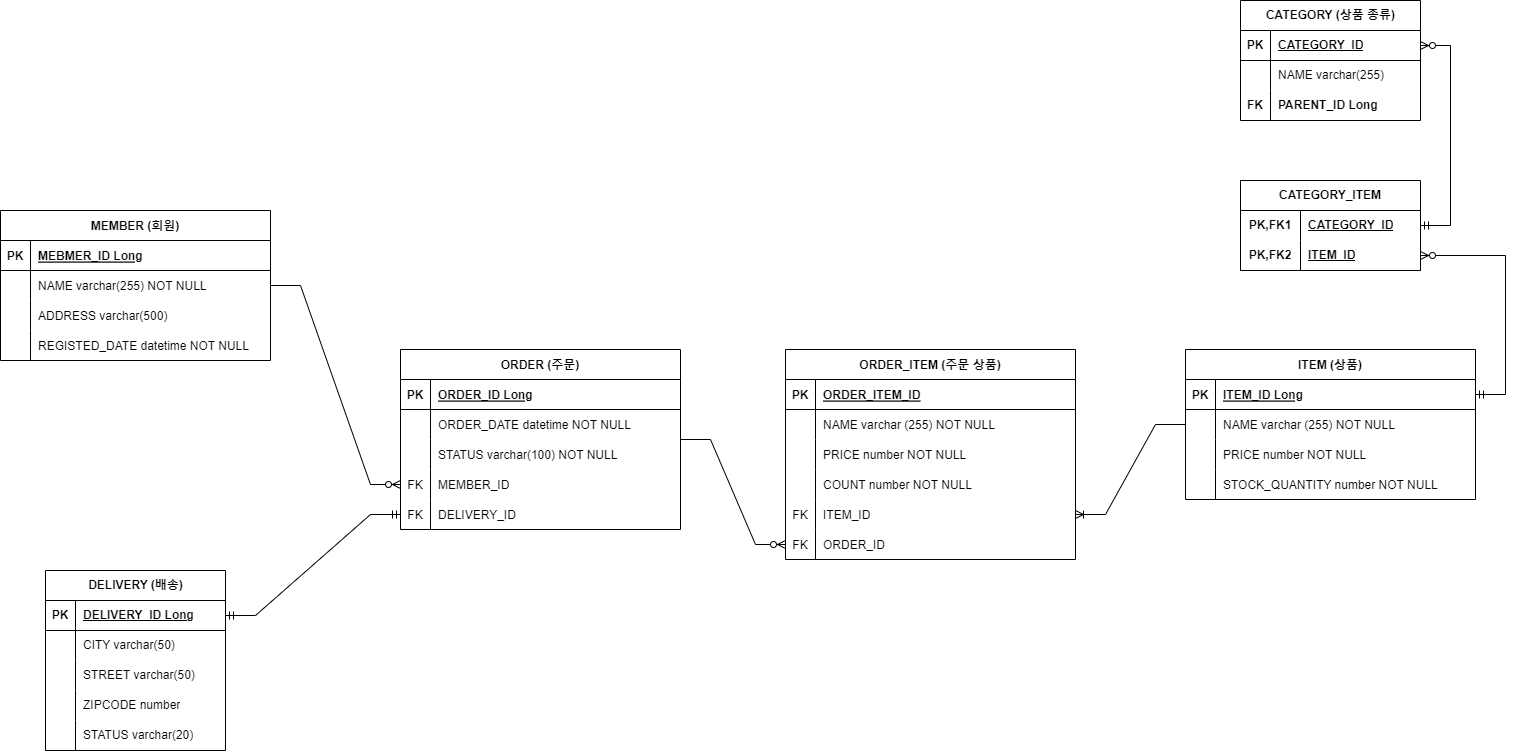
Above: jpa-example-source/documents/jpa-example01.png in GuardJo/JPA-Practice (draw.io), before the change. Source tidied: cells renumbered, new cells last; positions are measured from the earlier drawing's top-left corner, leaving out a move shared by most shapes.
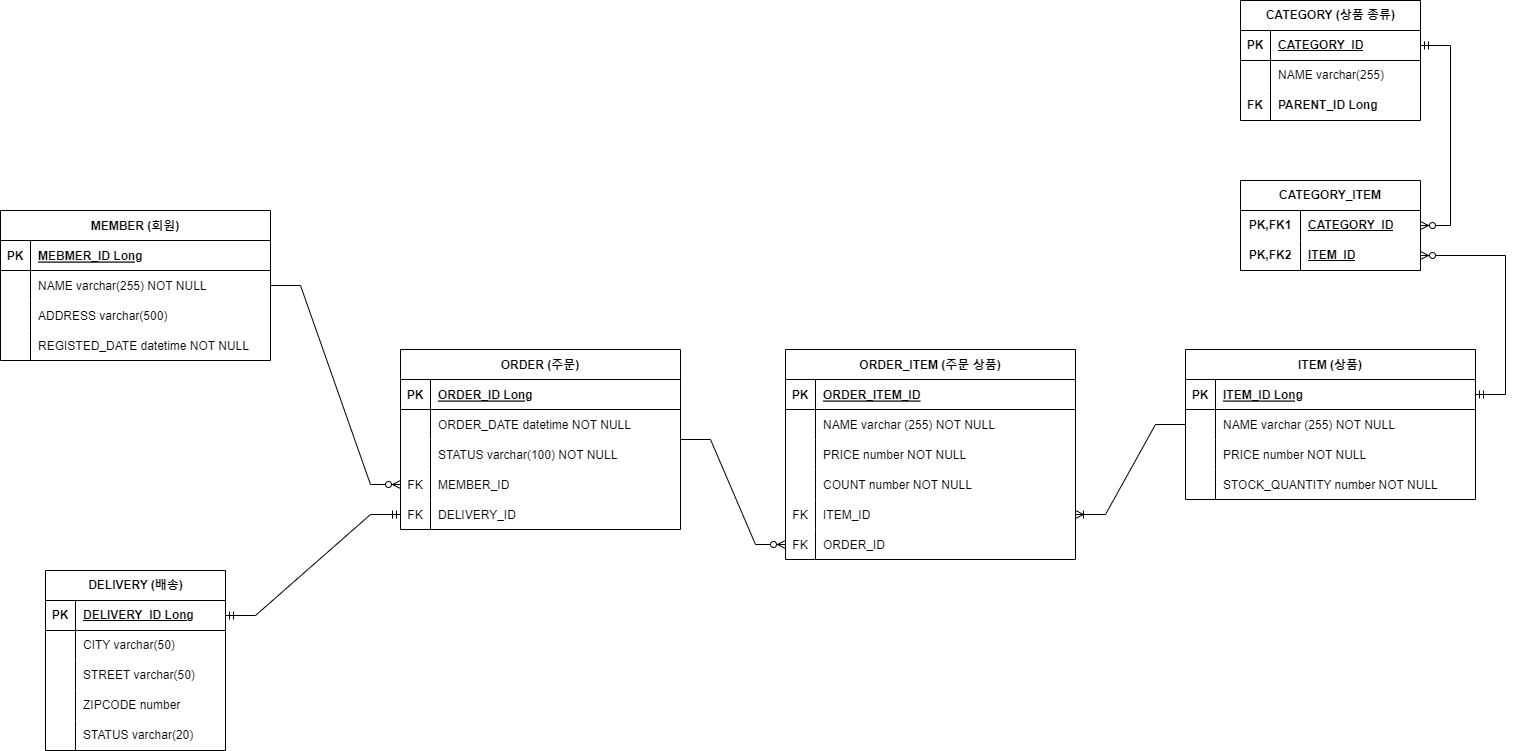
After the commit.

Commit message:
#20 CATEGORY와 CATEGORY_ITEM 테이블의 연관관계 오류 수정

- 잘못 그린 관계선 수정

Change to the diagram source:
```diff
@@ -309,12 +309,13 @@
         </Array>
       </mxGeometry>
     </mxCell>
-    <mxCell id="101" style="edgeStyle=entityRelationEdgeStyle;fontSize=12;html=1;endArrow=ERzeroToMany;startArrow=ERmandOne;rounded=0;" parent="1" edge="1" source="94" target="84">
+    <mxCell id="101" style="edgeStyle=entityRelationEdgeStyle;fontSize=12;html=1;endArrow=ERzeroToMany;startArrow=ERmandOne;rounded=0;" parent="1" edge="1" source="84" target="94">
       <mxGeometry relative="1" as="geometry">
         <Array as="points">
           <mxPoint x="2140" y="370" />
           <mxPoint x="1850" y="186" />
           <mxPoint x="1980" y="110" />
+          <mxPoint x="1720" y="220" />
         </Array>
       </mxGeometry>
     </mxCell>
```
